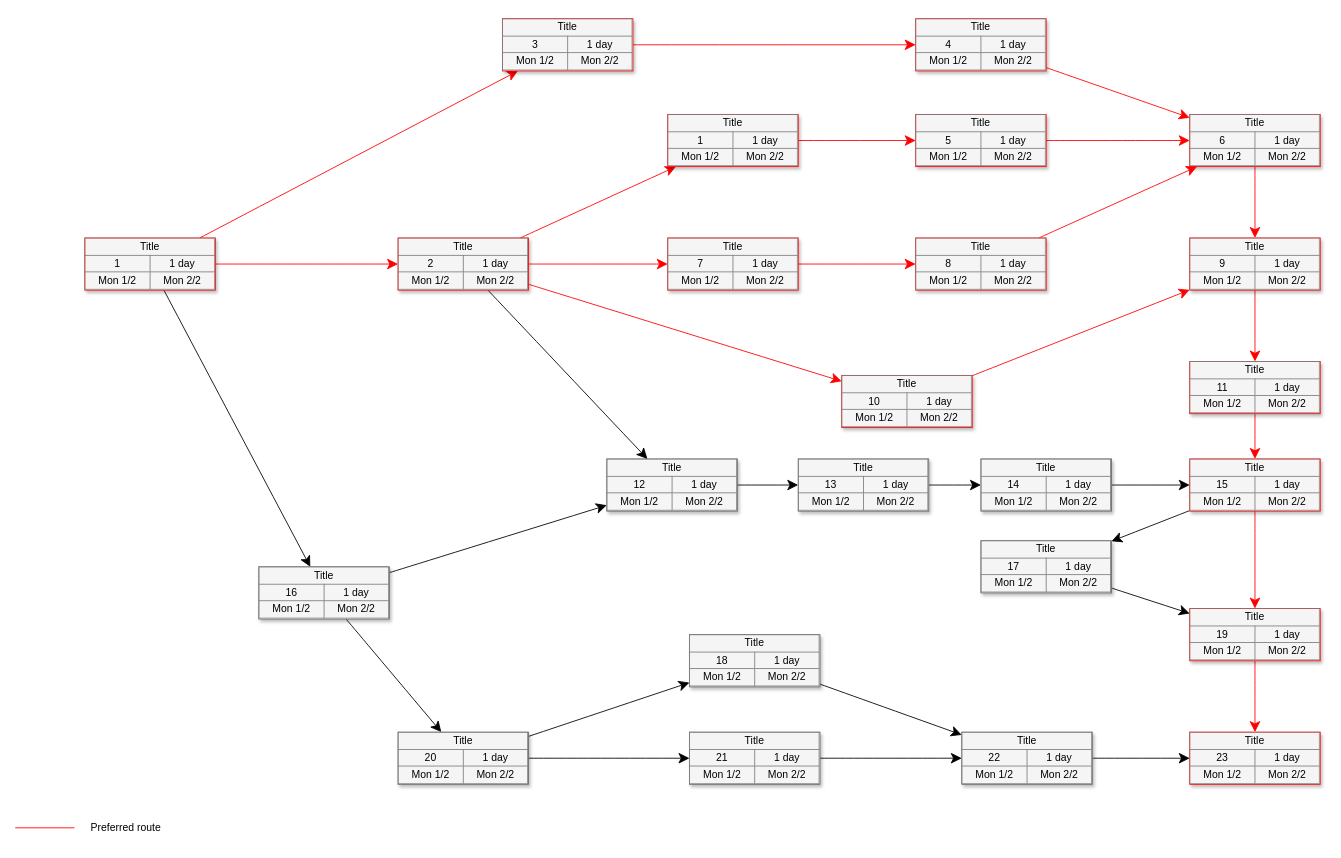
This is assets/Quality_Tree.drawio from Bruno-Macedo/Soft.Arch, a draw.io file, before an edit. Source tidied: cells renumbered, new cells numbered last; positions are measured from the earlier drawing's top-left corner, leaving out a move shared by most shapes. Both pictures are drawn from the tidied source at 87%, with x=0, y=0 at pixel (15, 18).
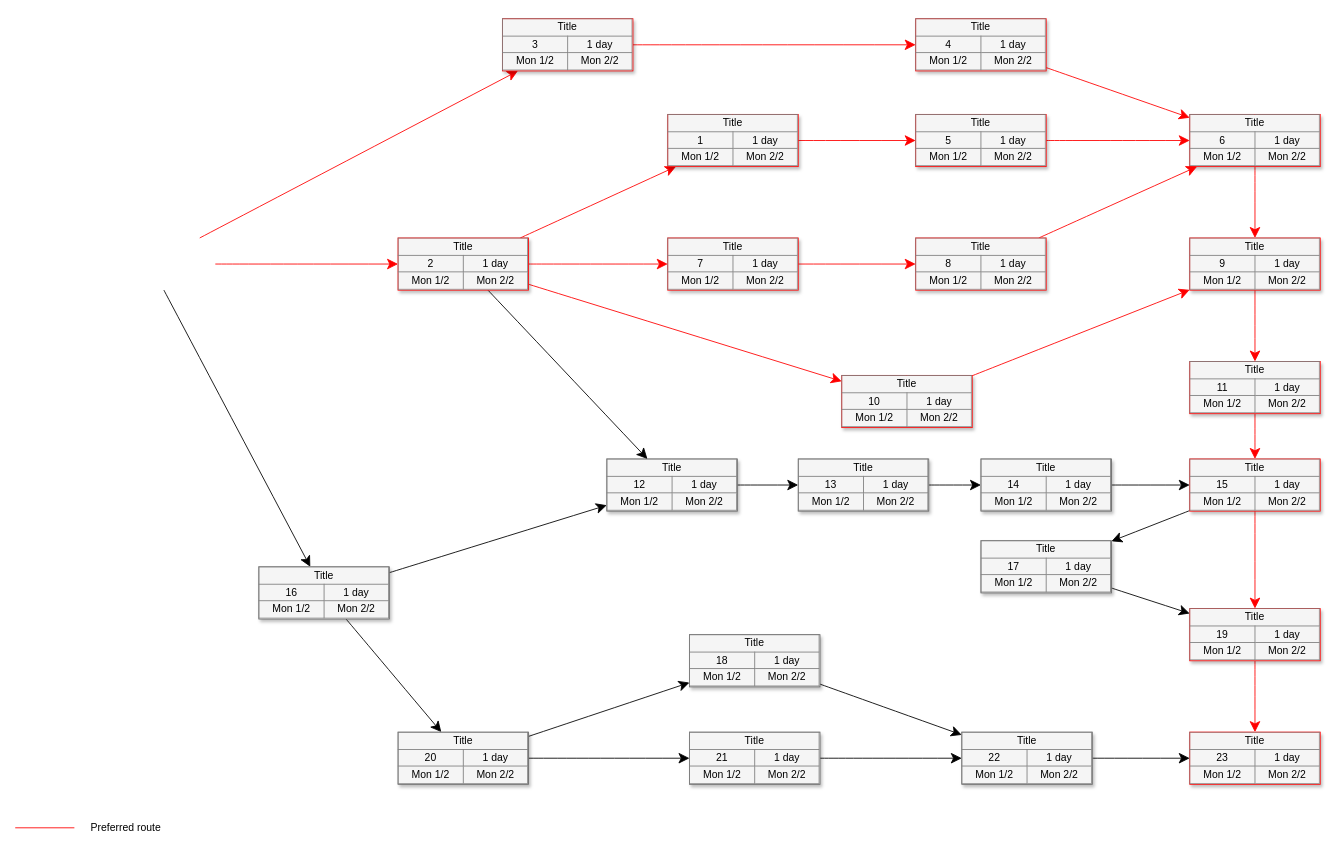
After the change.

The change refers to these unchanged cells:
```xml
<mxCell id="22" value="&lt;table border=&quot;1&quot; width=&quot;100%&quot; style=&quot;width: 100% ; height: 100% ; border-collapse: collapse&quot;&gt;&lt;tbody&gt;&lt;tr&gt;&lt;td colspan=&quot;2&quot; align=&quot;center&quot;&gt;&lt;font style=&quot;font-size: 12px&quot;&gt;Title&lt;/font&gt;&lt;/td&gt;&lt;/tr&gt;&lt;tr&gt;&lt;td align=&quot;center&quot;&gt;3&lt;/td&gt;&lt;td align=&quot;center&quot;&gt;&lt;font style=&quot;font-size: 12px&quot;&gt;1 day&lt;/font&gt;&lt;/td&gt;&lt;/tr&gt;&lt;tr&gt;&lt;td align=&quot;center&quot;&gt;&lt;font style=&quot;font-size: 12px&quot;&gt;Mon 1/2&lt;/font&gt;&lt;/td&gt;&lt;td align=&quot;center&quot;&gt;&lt;font style=&quot;font-size: 12px&quot;&gt;Mon 2/2&lt;/font&gt;&lt;/td&gt;&lt;/tr&gt;&lt;/tbody&gt;&lt;/table&gt;" style="text;html=1;strokeColor=#FF0000;fillColor=#f5f5f5;overflow=fill;rounded=0;shadow=1;fontSize=12;align=center;" parent="1" vertex="1">
  <mxGeometry x="560" width="150" height="60" as="geometry" />
</mxCell>
<mxCell id="27" value="&lt;table border=&quot;1&quot; width=&quot;100%&quot; style=&quot;width: 100% ; height: 100% ; border-collapse: collapse&quot;&gt;&lt;tbody&gt;&lt;tr&gt;&lt;td colspan=&quot;2&quot; align=&quot;center&quot;&gt;&lt;font style=&quot;font-size: 12px&quot;&gt;Title&lt;/font&gt;&lt;/td&gt;&lt;/tr&gt;&lt;tr&gt;&lt;td align=&quot;center&quot;&gt;2&lt;/td&gt;&lt;td align=&quot;center&quot;&gt;&lt;font style=&quot;font-size: 12px&quot;&gt;1 day&lt;/font&gt;&lt;/td&gt;&lt;/tr&gt;&lt;tr&gt;&lt;td align=&quot;center&quot;&gt;&lt;font style=&quot;font-size: 12px&quot;&gt;Mon 1/2&lt;/font&gt;&lt;/td&gt;&lt;td align=&quot;center&quot;&gt;&lt;font style=&quot;font-size: 12px&quot;&gt;Mon 2/2&lt;/font&gt;&lt;/td&gt;&lt;/tr&gt;&lt;/tbody&gt;&lt;/table&gt;" style="text;html=1;strokeColor=#FF0000;fillColor=#f5f5f5;overflow=fill;rounded=0;shadow=1;fontSize=12;align=center;" parent="1" vertex="1">
  <mxGeometry x="440" y="252" width="150" height="60" as="geometry" />
</mxCell>
<mxCell id="30" value="&lt;table border=&quot;1&quot; width=&quot;100%&quot; style=&quot;width: 100% ; height: 100% ; border-collapse: collapse&quot;&gt;&lt;tbody&gt;&lt;tr&gt;&lt;td colspan=&quot;2&quot; align=&quot;center&quot;&gt;&lt;font style=&quot;font-size: 12px&quot;&gt;Title&lt;/font&gt;&lt;/td&gt;&lt;/tr&gt;&lt;tr&gt;&lt;td align=&quot;center&quot;&gt;16&lt;/td&gt;&lt;td align=&quot;center&quot;&gt;&lt;font style=&quot;font-size: 12px&quot;&gt;1 day&lt;/font&gt;&lt;/td&gt;&lt;/tr&gt;&lt;tr&gt;&lt;td align=&quot;center&quot;&gt;&lt;font style=&quot;font-size: 12px&quot;&gt;Mon 1/2&lt;/font&gt;&lt;/td&gt;&lt;td align=&quot;center&quot;&gt;&lt;font style=&quot;font-size: 12px&quot;&gt;Mon 2/2&lt;/font&gt;&lt;/td&gt;&lt;/tr&gt;&lt;/tbody&gt;&lt;/table&gt;" style="text;html=1;strokeColor=#666666;fillColor=#f5f5f5;overflow=fill;rounded=0;shadow=1;fontSize=12;align=center;" parent="1" vertex="1">
  <mxGeometry x="280" y="630" width="150" height="60" as="geometry" />
</mxCell>
```

The edit, as a diff of the source:
```diff
@@
-    <mxCell id="2" style="edgeStyle=none;curved=1;html=1;startSize=10;endArrow=classic;endFill=1;endSize=10;strokeColor=#FF0000;strokeWidth=1;fontSize=12;" parent="1" edge="1" source="5" target="22">
-      <mxGeometry relative="1" as="geometry" />
+    <mxCell id="2" style="edgeStyle=none;curved=1;html=1;startSize=10;endArrow=classic;endFill=1;endSize=10;strokeColor=#FF0000;strokeWidth=1;fontSize=12;" parent="1" edge="1" target="22">
+      <mxGeometry relative="1" as="geometry">
+        <mxPoint x="212.1" y="252" as="sourcePoint" />
+      </mxGeometry>
     </mxCell>
-    <mxCell id="3" style="edgeStyle=none;curved=1;html=1;startSize=10;endArrow=classic;endFill=1;endSize=10;strokeColor=#FF0000;strokeWidth=1;fontSize=12;" parent="1" edge="1" source="5" target="27">
-      <mxGeometry relative="1" as="geometry" />
+    <mxCell id="3" style="edgeStyle=none;curved=1;html=1;startSize=10;endArrow=classic;endFill=1;endSize=10;strokeColor=#FF0000;strokeWidth=1;fontSize=12;" parent="1" edge="1" target="27">
+      <mxGeometry relative="1" as="geometry">
+        <mxPoint x="230" y="282" as="sourcePoint" />
+      </mxGeometry>
     </mxCell>
-    <mxCell id="4" style="edgeStyle=none;curved=1;html=1;startSize=10;endArrow=classic;endFill=1;endSize=10;strokeWidth=1;fontSize=12;" parent="1" edge="1" source="5" target="30">
-      <mxGeometry relative="1" as="geometry" />
+    <mxCell id="4" style="edgeStyle=none;curved=1;html=1;startSize=10;endArrow=classic;endFill=1;endSize=10;strokeWidth=1;fontSize=12;" parent="1" edge="1" target="30">
+      <mxGeometry relative="1" as="geometry">
+        <mxPoint x="170.9" y="312" as="sourcePoint" />
+      </mxGeometry>
     </mxCell>
-    <mxCell id="5" value="&lt;table border=&quot;1&quot; width=&quot;100%&quot; style=&quot;width: 100% ; height: 100% ; border-collapse: collapse&quot;&gt;&lt;tbody&gt;&lt;tr&gt;&lt;td colspan=&quot;2&quot; align=&quot;center&quot;&gt;&lt;font style=&quot;font-size: 12px;&quot;&gt;Title&lt;/font&gt;&lt;/td&gt;&lt;/tr&gt;&lt;tr&gt;&lt;td align=&quot;center&quot;&gt;&lt;font style=&quot;font-size: 12px;&quot;&gt;1&lt;/font&gt;&lt;/td&gt;&lt;td align=&quot;center&quot;&gt;&lt;font style=&quot;font-size: 12px;&quot;&gt;1 day&lt;/font&gt;&lt;/td&gt;&lt;/tr&gt;&lt;tr&gt;&lt;td align=&quot;center&quot;&gt;&lt;font style=&quot;font-size: 12px;&quot;&gt;Mon 1/2&lt;/font&gt;&lt;/td&gt;&lt;td align=&quot;center&quot;&gt;&lt;font style=&quot;font-size: 12px;&quot;&gt;Mon 2/2&lt;/font&gt;&lt;/td&gt;&lt;/tr&gt;&lt;/tbody&gt;&lt;/table&gt;" style="text;html=1;strokeColor=#FF0000;fillColor=#f5f5f5;overflow=fill;rounded=0;shadow=1;fontSize=12;align=center;" parent="1" vertex="1">
-      <mxGeometry x="80" y="252" width="150" height="60" as="geometry" />
-    </mxCell>
```
